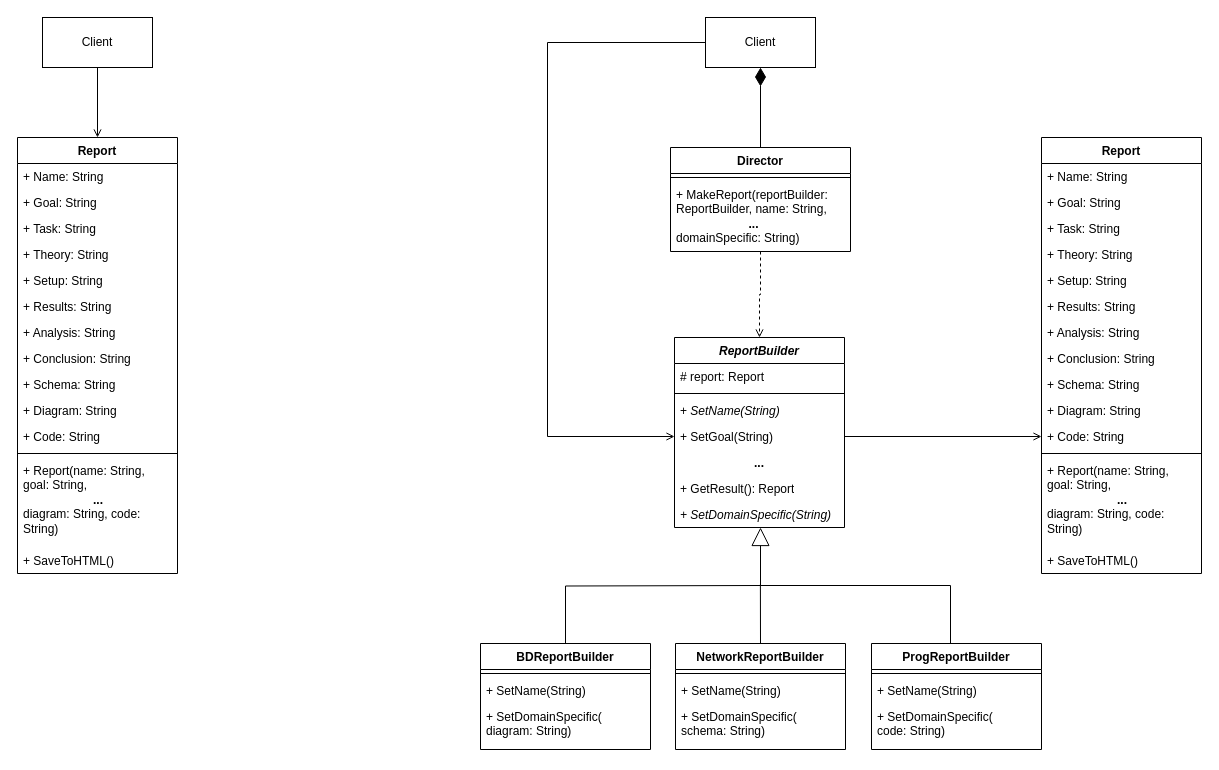
This is Lab_1/Lab_1.drawio from 4lnULpGkuW/OOAD2, a draw.io file, before an edit. Source tidied: cells renumbered, new cells numbered last; positions are measured from the earlier drawing's top-left corner, leaving out a move shared by most shapes. Both pictures are drawn from the tidied source at 100%, with x=0, y=0 at pixel (17, 17).
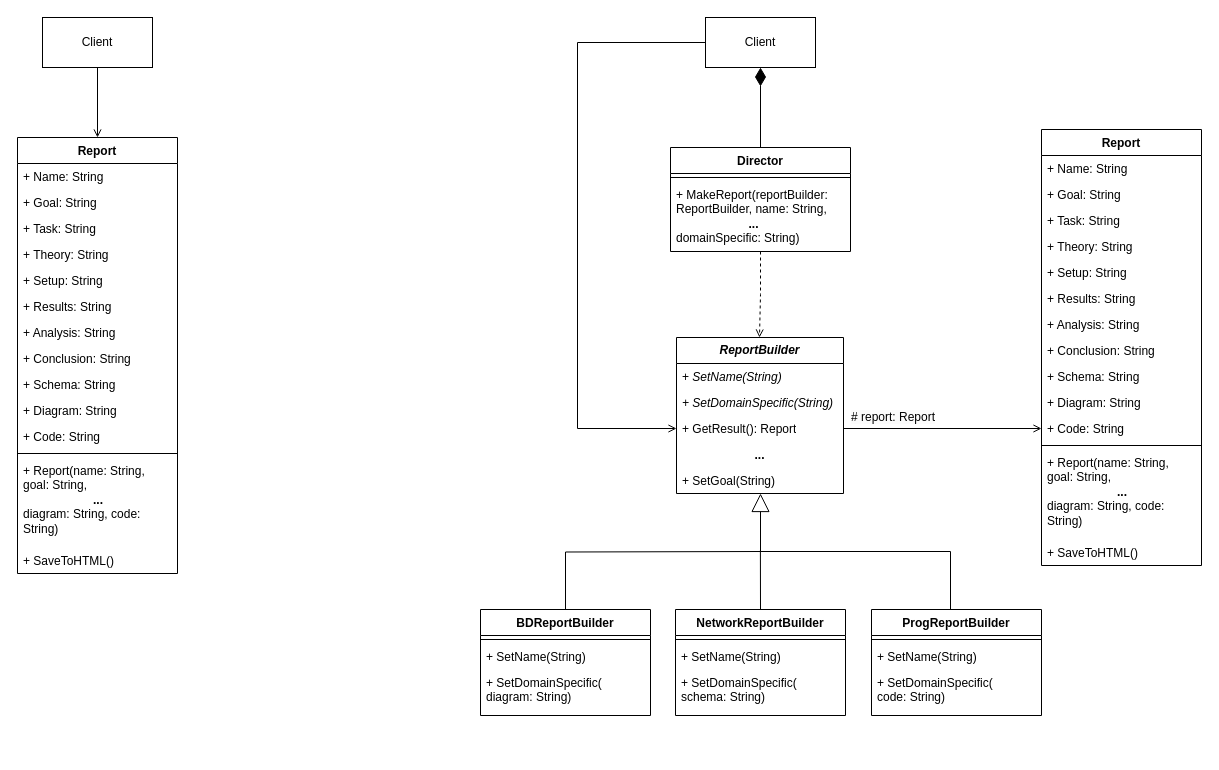
The same diagram, later.

The change refers to these unchanged cells:
```xml
<mxCell id="30" value="+ Code: String" style="text;strokeColor=none;fillColor=none;align=left;verticalAlign=top;spacingLeft=4;spacingRight=4;overflow=hidden;points=[[0,0.5],[1,0.5]];portConstraint=eastwest;whiteSpace=wrap;html=1;" parent="19" vertex="1">
  <mxGeometry y="286" width="160" height="26" as="geometry" />
</mxCell>
<mxCell id="35" value="Client" style="html=1;whiteSpace=wrap;" parent="1" vertex="1">
  <mxGeometry x="688" width="110" height="50" as="geometry" />
</mxCell>
<mxCell id="52" value="Director" style="swimlane;fontStyle=1;align=center;verticalAlign=top;horizontal=1;startSize=26;whiteSpace=wrap;html=1;" parent="1" vertex="1">
  <mxGeometry x="653" y="130" width="180" height="104" as="geometry" />
</mxCell>
```

Diff of the diagram source:
```diff
@@
     <mxCell id="19" value="Report" style="swimlane;fontStyle=1;align=center;verticalAlign=top;horizontal=1;startSize=26;whiteSpace=wrap;html=1;" parent="1" vertex="1">
-      <mxGeometry x="1024" y="120" width="160" height="436" as="geometry" />
+      <mxGeometry x="1024" y="112" width="160" height="436" as="geometry" />
     </mxCell>
@@
+    <mxCell id="65" style="edgeStyle=orthogonalEdgeStyle;rounded=0;jettySize=auto;html=1;exitX=0;exitY=0.5;exitDx=0;exitDy=0;entryX=0;entryY=0.5;entryDx=0;entryDy=0;endArrow=open;endFill=0;" parent="1" edge="1" source="35" target="61">
+      <mxGeometry relative="1" as="geometry">
+        <Array as="points">
+          <mxPoint x="560" y="25" />
+          <mxPoint x="560" y="411" />
+        </Array>
+      </mxGeometry>
+    </mxCell>
@@
     <mxCell id="36" value="BDReportBuilder" style="swimlane;fontStyle=1;align=center;verticalAlign=top;horizontal=1;startSize=26;whiteSpace=wrap;html=1;" parent="1" vertex="1">
-      <mxGeometry x="463" y="626" width="170" height="106" as="geometry" />
+      <mxGeometry x="463" y="592" width="170" height="106" as="geometry" />
     </mxCell>
@@
     <mxCell id="40" value="NetworkReportBuilder" style="swimlane;fontStyle=1;align=center;verticalAlign=top;horizontal=1;startSize=26;whiteSpace=wrap;html=1;" parent="1" vertex="1">
-      <mxGeometry x="658" y="626" width="170" height="106" as="geometry" />
+      <mxGeometry x="658" y="592" width="170" height="106" as="geometry" />
     </mxCell>
@@
     <mxCell id="44" value="ProgReportBuilder" style="swimlane;fontStyle=1;align=center;verticalAlign=top;horizontal=1;startSize=26;whiteSpace=wrap;html=1;" parent="1" vertex="1">
-      <mxGeometry x="854" y="626" width="170" height="106" as="geometry" />
+      <mxGeometry x="854" y="592" width="170" height="106" as="geometry" />
     </mxCell>
@@
     <mxCell id="48" style="endArrow=block;endSize=16;endFill=0;html=1;rounded=0;edgeStyle=orthogonalEdgeStyle;exitX=0.5;exitY=0;exitDx=0;exitDy=0;entryX=0.5;entryY=1;entryDx=0;entryDy=0;" parent="1" edge="1" source="44">
       <mxGeometry relative="1" as="geometry">
-        <mxPoint x="743" y="510" as="targetPoint" />
+        <mxPoint x="743" y="476" as="targetPoint" />
         <Array as="points">
-          <mxPoint x="933" y="568" />
-          <mxPoint x="743" y="568" />
+          <mxPoint x="933" y="534" />
+          <mxPoint x="743" y="534" />
         </Array>
       </mxGeometry>
     </mxCell>
     <mxCell id="49" style="endArrow=none;endSize=16;endFill=0;html=1;rounded=0;edgeStyle=orthogonalEdgeStyle;entryX=0.5;entryY=0;entryDx=0;entryDy=0;startFill=0;" parent="1" edge="1" target="36">
       <mxGeometry relative="1" as="geometry">
-        <mxPoint x="743" y="568" as="sourcePoint" />
+        <mxPoint x="743" y="534" as="sourcePoint" />
       </mxGeometry>
     </mxCell>
     <mxCell id="50" style="endArrow=none;endFill=1;endSize=12;html=1;rounded=0;startFill=0;exitX=0.5;exitY=0;exitDx=0;exitDy=0;" parent="1" edge="1" source="40">
       <mxGeometry relative="1" as="geometry">
-        <mxPoint x="742.9" y="567" as="targetPoint" />
+        <mxPoint x="742.9" y="533" as="targetPoint" />
       </mxGeometry>
     </mxCell>
-    <mxCell id="51" style="edgeStyle=orthogonalEdgeStyle;rounded=0;jettySize=auto;html=1;exitX=0.5;exitY=1;exitDx=0;exitDy=0;entryX=0.5;entryY=0;entryDx=0;entryDy=0;dashed=1;endArrow=open;endFill=0;" parent="1" edge="1" source="52" target="55">
-      <mxGeometry relative="1" as="geometry" />
+    <mxCell id="51" style="edgeStyle=orthogonalEdgeStyle;rounded=0;jettySize=auto;html=1;exitX=0.5;exitY=1;exitDx=0;exitDy=0;entryX=0.5;entryY=0;entryDx=0;entryDy=0;dashed=1;endArrow=open;endFill=0;" parent="1" edge="1" source="52">
+      <mxGeometry relative="1" as="geometry">
+        <mxPoint x="742" y="320" as="targetPoint" />
+      </mxGeometry>
     </mxCell>
@@
+    <mxCell id="64" style="endArrow=open;endSize=6;html=1;rounded=0;edgeStyle=orthogonalEdgeStyle;entryX=0;entryY=0.5;entryDx=0;entryDy=0;endFill=0;exitX=1;exitY=0.5;exitDx=0;exitDy=0;" parent="1" edge="1" source="61" target="30">
+      <mxGeometry relative="1" as="geometry" />
+    </mxCell>
+    <mxCell id="56" value="&#10;&lt;span style=&quot;color: rgb(0, 0, 0); font-family: Helvetica; font-size: 12px; font-style: normal; font-variant-ligatures: normal; font-variant-caps: normal; font-weight: 400; letter-spacing: normal; orphans: 2; text-align: left; text-indent: 0px; text-transform: none; widows: 2; word-spacing: 0px; -webkit-text-stroke-width: 0px; white-space: normal; background-color: rgb(251, 251, 251); text-decoration-thickness: initial; text-decoration-style: initial; text-decoration-color: initial; display: inline !important; float: none;&quot;&gt;# report: Report&lt;/span&gt;&#10;&#10;" style="text;html=1;align=center;verticalAlign=middle;whiteSpace=wrap;rounded=0;" parent="1" vertex="1">
+      <mxGeometry x="826" y="392" width="100" height="30" as="geometry" />
+    </mxCell>
-    <mxCell id="55" value="&lt;i&gt;ReportBuilder&lt;/i&gt;" style="swimlane;fontStyle=1;align=center;verticalAlign=top;horizontal=1;startSize=26;whiteSpace=wrap;html=1;" parent="1" vertex="1">
-      <mxGeometry x="657" y="320" width="170" height="190" as="geometry" />
+    <mxCell id="55" value="&lt;i style=&quot;font-weight: 700;&quot;&gt;ReportBuilder&lt;/i&gt;" style="swimlane;fontStyle=0;horizontal=1;startSize=26;fillColor=none;whiteSpace=wrap;html=1;" parent="1" vertex="1">
+      <mxGeometry x="659" y="320" width="167" height="156" as="geometry" />
     </mxCell>
-    <mxCell id="56" value="# report: Report" style="text;strokeColor=none;fillColor=none;align=left;verticalAlign=top;spacingLeft=4;spacingRight=4;overflow=hidden;whiteSpace=wrap;html=1;" parent="55" vertex="1">
-      <mxGeometry y="26" width="170" height="26" as="geometry" />
-    </mxCell>
-    <mxCell id="57" style="line;strokeWidth=1;fillColor=none;align=left;verticalAlign=middle;spacingTop=-1;spacingLeft=3;spacingRight=3;labelPosition=right;strokeColor=inherit;" parent="55" vertex="1">
-      <mxGeometry y="52" width="170" height="8" as="geometry" />
-    </mxCell>
     <mxCell id="58" value="+ &lt;i&gt;SetName(String)&lt;/i&gt;" style="text;strokeColor=none;fillColor=none;align=left;verticalAlign=top;spacingLeft=4;spacingRight=4;overflow=hidden;whiteSpace=wrap;html=1;" parent="55" vertex="1">
-      <mxGeometry y="60" width="170" height="26" as="geometry" />
+      <mxGeometry y="26" width="167" height="26" as="geometry" />
     </mxCell>
+    <mxCell id="62" value="&lt;i&gt;+ SetDomainSpecific(String)&lt;/i&gt;" style="text;strokeColor=none;fillColor=none;align=left;verticalAlign=top;spacingLeft=4;spacingRight=4;overflow=hidden;whiteSpace=wrap;html=1;" parent="55" vertex="1">
+      <mxGeometry y="52" width="167" height="26" as="geometry" />
+    </mxCell>
+    <mxCell id="61" value="+ GetResult(): Report" style="text;strokeColor=none;fillColor=none;align=left;verticalAlign=top;spacingLeft=4;spacingRight=4;overflow=hidden;points=[[0,0.5],[1,0.5]];portConstraint=eastwest;whiteSpace=wrap;html=1;" parent="55" vertex="1">
+      <mxGeometry y="78" width="167" height="26" as="geometry" />
+    </mxCell>
+    <mxCell id="60" value="&lt;b&gt;...&lt;/b&gt;" style="text;strokeColor=none;fillColor=none;align=center;verticalAlign=top;spacingLeft=4;spacingRight=4;overflow=hidden;whiteSpace=wrap;html=1;" parent="55" vertex="1">
+      <mxGeometry y="104" width="167" height="26" as="geometry" />
+    </mxCell>
     <mxCell id="59" value="+ SetGoal&lt;span style=&quot;background-color: transparent;&quot;&gt;(String)&lt;/span&gt;" style="text;strokeColor=none;fillColor=none;align=left;verticalAlign=top;spacingLeft=4;spacingRight=4;overflow=hidden;points=[[0,0.5],[1,0.5]];portConstraint=eastwest;whiteSpace=wrap;html=1;" parent="55" vertex="1">
-      <mxGeometry y="86" width="170" height="26" as="geometry" />
+      <mxGeometry y="130" width="167" height="26" as="geometry" />
     </mxCell>
-    <mxCell id="60" value="&lt;b&gt;...&lt;/b&gt;" style="text;strokeColor=none;fillColor=none;align=center;verticalAlign=top;spacingLeft=4;spacingRight=4;overflow=hidden;whiteSpace=wrap;html=1;" parent="55" vertex="1">
-      <mxGeometry y="112" width="170" height="26" as="geometry" />
-    </mxCell>
-    <mxCell id="61" value="+ GetResult(): Report" style="text;strokeColor=none;fillColor=none;align=left;verticalAlign=top;spacingLeft=4;spacingRight=4;overflow=hidden;points=[[0,0.5],[1,0.5]];portConstraint=eastwest;whiteSpace=wrap;html=1;" parent="55" vertex="1">
-      <mxGeometry y="138" width="170" height="26" as="geometry" />
-    </mxCell>
-    <mxCell id="62" value="&lt;i&gt;+ SetDomainSpecific(String)&lt;/i&gt;" style="text;strokeColor=none;fillColor=none;align=left;verticalAlign=top;spacingLeft=4;spacingRight=4;overflow=hidden;whiteSpace=wrap;html=1;" parent="55" vertex="1">
-      <mxGeometry y="164" width="170" height="26" as="geometry" />
-    </mxCell>
-    <mxCell id="63" style="edgeStyle=orthogonalEdgeStyle;rounded=0;jettySize=auto;html=1;exitX=0;exitY=0.5;exitDx=0;exitDy=0;entryX=0;entryY=0.5;entryDx=0;entryDy=0;endArrow=open;endFill=0;endSize=6;" parent="1" edge="1" source="35" target="59">
-      <mxGeometry relative="1" as="geometry">
-        <Array as="points">
-          <mxPoint x="530" y="25" />
-          <mxPoint x="530" y="419" />
-        </Array>
-      </mxGeometry>
-    </mxCell>
-    <mxCell id="64" style="endArrow=open;endSize=6;html=1;rounded=0;edgeStyle=orthogonalEdgeStyle;entryX=0;entryY=0.5;entryDx=0;entryDy=0;endFill=0;exitX=1;exitY=0.5;exitDx=0;exitDy=0;" parent="1" edge="1" source="59" target="30">
-      <mxGeometry relative="1" as="geometry" />
-    </mxCell>
```
